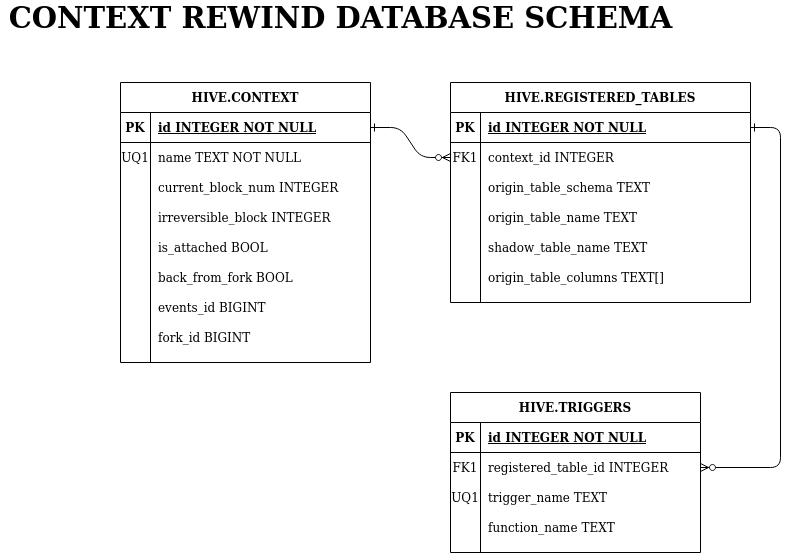
The draw.io diagram src/hive_fork/doc/evq_context_rewind_db.png in openhive-network/HAfAH, before a commit. Source tidied: cells renumbered, new cells last; positions are measured from the earlier drawing's top-left corner, leaving out a move shared by most shapes. Its diagram source:
```xml
<mxGraphModel>
  <root>
    <mxCell id="0" />
    <mxCell id="1" parent="0" />
    <mxCell id="2" style="edgeStyle=entityRelationEdgeStyle;endArrow=ERzeroToMany;startArrow=ERone;endFill=1;startFill=0;" parent="1" edge="1" source="37" target="8">
      <mxGeometry relative="1" as="geometry" />
    </mxCell>
    <mxCell id="3" style="edgeStyle=entityRelationEdgeStyle;endArrow=ERzeroToMany;startArrow=ERone;endFill=1;startFill=0;" parent="1" edge="1" source="5" target="27">
      <mxGeometry relative="1" as="geometry" />
    </mxCell>
    <mxCell id="4" value="HIVE.REGISTERED_TABLES" style="shape=table;startSize=30;rowLines=0;fontStyle=1;align=center;" parent="1" vertex="1">
      <mxGeometry x="450" y="80" width="300" height="220" as="geometry" />
    </mxCell>
    <mxCell id="5" style="shape=partialRectangle;fillColor=none;points=[[0,0.5],[1,0.5]];portConstraint=eastwest;top=0;left=0;right=0;bottom=1;" parent="4" vertex="1">
      <mxGeometry y="30" width="300" height="30" as="geometry" />
    </mxCell>
    <mxCell id="6" value="PK" style="shape=partialRectangle;overflow=hidden;fillColor=none;top=0;left=0;bottom=0;right=0;fontStyle=1;" parent="5" vertex="1">
      <mxGeometry width="30" height="30" as="geometry" />
    </mxCell>
    <mxCell id="7" value="id INTEGER NOT NULL " style="shape=partialRectangle;overflow=hidden;fillColor=none;top=0;left=0;bottom=0;right=0;align=left;spacingLeft=6;fontStyle=5;" parent="5" vertex="1">
      <mxGeometry x="30" width="270" height="30" as="geometry" />
    </mxCell>
    <mxCell id="8" style="shape=partialRectangle;fillColor=none;points=[[0,0.5],[1,0.5]];portConstraint=eastwest;top=0;left=0;right=0;bottom=0;" parent="4" vertex="1">
      <mxGeometry y="60" width="300" height="30" as="geometry" />
    </mxCell>
    <mxCell id="9" value="FK1" style="shape=partialRectangle;overflow=hidden;fillColor=none;top=0;left=0;bottom=0;right=0;" parent="8" vertex="1">
      <mxGeometry width="30" height="30" as="geometry" />
    </mxCell>
    <mxCell id="10" value="context_id INTEGER " style="shape=partialRectangle;overflow=hidden;fillColor=none;top=0;left=0;bottom=0;right=0;align=left;spacingLeft=6;" parent="8" vertex="1">
      <mxGeometry x="30" width="270" height="30" as="geometry" />
    </mxCell>
    <mxCell id="11" style="shape=partialRectangle;fillColor=none;top=0;left=0;right=0;bottom=0;" parent="4" vertex="1">
      <mxGeometry y="90" width="300" height="30" as="geometry" />
    </mxCell>
    <mxCell id="12" style="shape=partialRectangle;overflow=hidden;fillColor=none;top=0;left=0;bottom=0;right=0;" parent="11" vertex="1">
      <mxGeometry width="30" height="30" as="geometry" />
    </mxCell>
    <mxCell id="13" value="origin_table_schema TEXT " style="shape=partialRectangle;overflow=hidden;fillColor=none;top=0;left=0;bottom=0;right=0;align=left;spacingLeft=6;" parent="11" vertex="1">
      <mxGeometry x="30" width="270" height="30" as="geometry" />
    </mxCell>
    <mxCell id="14" style="shape=partialRectangle;fillColor=none;top=0;left=0;right=0;bottom=0;" parent="4" vertex="1">
      <mxGeometry y="120" width="300" height="30" as="geometry" />
    </mxCell>
    <mxCell id="15" style="shape=partialRectangle;overflow=hidden;fillColor=none;top=0;left=0;bottom=0;right=0;" parent="14" vertex="1">
      <mxGeometry width="30" height="30" as="geometry" />
    </mxCell>
    <mxCell id="16" value="origin_table_name TEXT" style="shape=partialRectangle;overflow=hidden;fillColor=none;top=0;left=0;bottom=0;right=0;align=left;spacingLeft=6;" parent="14" vertex="1">
      <mxGeometry x="30" width="270" height="30" as="geometry" />
    </mxCell>
    <mxCell id="17" style="shape=partialRectangle;fillColor=none;top=0;left=0;right=0;bottom=0;" parent="4" vertex="1">
      <mxGeometry y="150" width="300" height="30" as="geometry" />
    </mxCell>
    <mxCell id="18" style="shape=partialRectangle;overflow=hidden;fillColor=none;top=0;left=0;bottom=0;right=0;" parent="17" vertex="1">
      <mxGeometry width="30" height="30" as="geometry" />
    </mxCell>
    <mxCell id="19" value="shadow_table_name TEXT" style="shape=partialRectangle;overflow=hidden;fillColor=none;top=0;left=0;bottom=0;right=0;align=left;spacingLeft=6;" parent="17" vertex="1">
      <mxGeometry x="30" width="270" height="30" as="geometry" />
    </mxCell>
    <mxCell id="20" style="shape=partialRectangle;fillColor=none;top=0;left=0;right=0;bottom=0;" parent="4" vertex="1">
      <mxGeometry y="180" width="300" height="30" as="geometry" />
    </mxCell>
    <mxCell id="21" style="shape=partialRectangle;overflow=hidden;fillColor=none;top=0;left=0;bottom=0;right=0;" parent="20" vertex="1">
      <mxGeometry width="30" height="30" as="geometry" />
    </mxCell>
    <mxCell id="22" value="origin_table_columns TEXT[]" style="shape=partialRectangle;overflow=hidden;fillColor=none;top=0;left=0;bottom=0;right=0;align=left;spacingLeft=6;" parent="20" vertex="1">
      <mxGeometry x="30" width="270" height="30" as="geometry" />
    </mxCell>
    <mxCell id="23" value="HIVE.TRIGGERS" style="shape=table;startSize=30;rowLines=0;fontStyle=1;align=center;" parent="1" vertex="1">
      <mxGeometry x="450" y="390" width="250" height="160" as="geometry" />
    </mxCell>
    <mxCell id="24" style="shape=partialRectangle;fillColor=none;top=0;left=0;right=0;bottom=1;" parent="23" vertex="1">
      <mxGeometry y="30" width="250" height="30" as="geometry" />
    </mxCell>
    <mxCell id="25" value="PK" style="shape=partialRectangle;overflow=hidden;fillColor=none;top=0;left=0;bottom=0;right=0;fontStyle=1;" parent="24" vertex="1">
      <mxGeometry width="30" height="30" as="geometry" />
    </mxCell>
    <mxCell id="26" value="id INTEGER NOT NULL " style="shape=partialRectangle;overflow=hidden;fillColor=none;top=0;left=0;bottom=0;right=0;align=left;spacingLeft=6;fontStyle=5;" parent="24" vertex="1">
      <mxGeometry x="30" width="220" height="30" as="geometry" />
    </mxCell>
    <mxCell id="27" style="shape=partialRectangle;fillColor=none;points=[[0,0.5],[1,0.5]];portConstraint=eastwest;top=0;left=0;right=0;bottom=0;" parent="23" vertex="1">
      <mxGeometry y="60" width="250" height="30" as="geometry" />
    </mxCell>
    <mxCell id="28" value="FK1" style="shape=partialRectangle;overflow=hidden;fillColor=none;top=0;left=0;bottom=0;right=0;" parent="27" vertex="1">
      <mxGeometry width="30" height="30" as="geometry" />
    </mxCell>
    <mxCell id="29" value="registered_table_id INTEGER" style="shape=partialRectangle;overflow=hidden;fillColor=none;top=0;left=0;bottom=0;right=0;align=left;spacingLeft=6;" parent="27" vertex="1">
      <mxGeometry x="30" width="220" height="30" as="geometry" />
    </mxCell>
    <mxCell id="30" style="shape=partialRectangle;fillColor=none;top=0;left=0;right=0;bottom=0;" parent="23" vertex="1">
      <mxGeometry y="90" width="250" height="30" as="geometry" />
    </mxCell>
    <mxCell id="31" value="UQ1" style="shape=partialRectangle;overflow=hidden;fillColor=none;top=0;left=0;bottom=0;right=0;" parent="30" vertex="1">
      <mxGeometry width="30" height="30" as="geometry" />
    </mxCell>
    <mxCell id="32" value="trigger_name TEXT" style="shape=partialRectangle;overflow=hidden;fillColor=none;top=0;left=0;bottom=0;right=0;align=left;spacingLeft=6;" parent="30" vertex="1">
      <mxGeometry x="30" width="220" height="30" as="geometry" />
    </mxCell>
    <mxCell id="33" style="shape=partialRectangle;fillColor=none;top=0;left=0;right=0;bottom=0;" parent="23" vertex="1">
      <mxGeometry y="120" width="250" height="30" as="geometry" />
    </mxCell>
    <mxCell id="34" style="shape=partialRectangle;overflow=hidden;fillColor=none;top=0;left=0;bottom=0;right=0;" parent="33" vertex="1">
      <mxGeometry width="30" height="30" as="geometry" />
    </mxCell>
    <mxCell id="35" value="function_name TEXT" style="shape=partialRectangle;overflow=hidden;fillColor=none;top=0;left=0;bottom=0;right=0;align=left;spacingLeft=6;" parent="33" vertex="1">
      <mxGeometry x="30" width="220" height="30" as="geometry" />
    </mxCell>
    <mxCell id="36" value="HIVE.CONTEXT" style="shape=table;startSize=30;rowLines=0;fontStyle=1;align=center;" parent="1" vertex="1">
      <mxGeometry x="120" y="80" width="250" height="280" as="geometry" />
    </mxCell>
    <mxCell id="37" style="shape=partialRectangle;fillColor=none;points=[[0,0.5],[1,0.5]];portConstraint=eastwest;top=0;left=0;right=0;bottom=1;" parent="36" vertex="1">
      <mxGeometry y="30" width="250" height="30" as="geometry" />
    </mxCell>
    <mxCell id="38" value="PK" style="shape=partialRectangle;overflow=hidden;fillColor=none;top=0;left=0;bottom=0;right=0;fontStyle=1;" parent="37" vertex="1">
      <mxGeometry width="30" height="30" as="geometry" />
    </mxCell>
    <mxCell id="39" value="id INTEGER NOT NULL " style="shape=partialRectangle;overflow=hidden;fillColor=none;top=0;left=0;bottom=0;right=0;align=left;spacingLeft=6;fontStyle=5;" parent="37" vertex="1">
      <mxGeometry x="30" width="220" height="30" as="geometry" />
    </mxCell>
    <mxCell id="40" style="shape=partialRectangle;fillColor=none;top=0;left=0;right=0;bottom=0;" parent="36" vertex="1">
      <mxGeometry y="60" width="250" height="30" as="geometry" />
    </mxCell>
    <mxCell id="41" value="UQ1" style="shape=partialRectangle;overflow=hidden;fillColor=none;top=0;left=0;bottom=0;right=0;" parent="40" vertex="1">
      <mxGeometry width="30" height="30" as="geometry" />
    </mxCell>
    <mxCell id="42" value="name TEXT NOT NULL" style="shape=partialRectangle;overflow=hidden;fillColor=none;top=0;left=0;bottom=0;right=0;align=left;spacingLeft=6;" parent="40" vertex="1">
      <mxGeometry x="30" width="220" height="30" as="geometry" />
    </mxCell>
    <mxCell id="43" style="shape=partialRectangle;fillColor=none;top=0;left=0;right=0;bottom=0;" parent="36" vertex="1">
      <mxGeometry y="90" width="250" height="30" as="geometry" />
    </mxCell>
    <mxCell id="44" style="shape=partialRectangle;overflow=hidden;fillColor=none;top=0;left=0;bottom=0;right=0;" parent="43" vertex="1">
      <mxGeometry width="30" height="30" as="geometry" />
    </mxCell>
    <mxCell id="45" value="current_block_num INTEGER" style="shape=partialRectangle;overflow=hidden;fillColor=none;top=0;left=0;bottom=0;right=0;align=left;spacingLeft=6;" parent="43" vertex="1">
      <mxGeometry x="30" width="220" height="30" as="geometry" />
    </mxCell>
    <mxCell id="46" style="shape=partialRectangle;fillColor=none;top=0;left=0;right=0;bottom=0;" parent="36" vertex="1">
      <mxGeometry y="120" width="250" height="30" as="geometry" />
    </mxCell>
    <mxCell id="47" style="shape=partialRectangle;overflow=hidden;fillColor=none;top=0;left=0;bottom=0;right=0;" parent="46" vertex="1">
      <mxGeometry width="30" height="30" as="geometry" />
    </mxCell>
    <mxCell id="48" value="irreversible_block INTEGER" style="shape=partialRectangle;overflow=hidden;fillColor=none;top=0;left=0;bottom=0;right=0;align=left;spacingLeft=6;" parent="46" vertex="1">
      <mxGeometry x="30" width="220" height="30" as="geometry" />
    </mxCell>
    <mxCell id="49" style="shape=partialRectangle;fillColor=none;top=0;left=0;right=0;bottom=0;" parent="36" vertex="1">
      <mxGeometry y="150" width="250" height="30" as="geometry" />
    </mxCell>
    <mxCell id="50" style="shape=partialRectangle;overflow=hidden;fillColor=none;top=0;left=0;bottom=0;right=0;" parent="49" vertex="1">
      <mxGeometry width="30" height="30" as="geometry" />
    </mxCell>
    <mxCell id="51" value="is_attached BOOL" style="shape=partialRectangle;overflow=hidden;fillColor=none;top=0;left=0;bottom=0;right=0;align=left;spacingLeft=6;" parent="49" vertex="1">
      <mxGeometry x="30" width="220" height="30" as="geometry" />
    </mxCell>
    <mxCell id="52" style="shape=partialRectangle;fillColor=none;top=0;left=0;right=0;bottom=0;" parent="36" vertex="1">
      <mxGeometry y="180" width="250" height="30" as="geometry" />
    </mxCell>
    <mxCell id="53" style="shape=partialRectangle;overflow=hidden;fillColor=none;top=0;left=0;bottom=0;right=0;" parent="52" vertex="1">
      <mxGeometry width="30" height="30" as="geometry" />
    </mxCell>
    <mxCell id="54" value="back_from_fork BOOL" style="shape=partialRectangle;overflow=hidden;fillColor=none;top=0;left=0;bottom=0;right=0;align=left;spacingLeft=6;" parent="52" vertex="1">
      <mxGeometry x="30" width="220" height="30" as="geometry" />
    </mxCell>
    <mxCell id="55" style="shape=partialRectangle;fillColor=none;top=0;left=0;right=0;bottom=0;" parent="36" vertex="1">
      <mxGeometry y="210" width="250" height="30" as="geometry" />
    </mxCell>
    <mxCell id="56" style="shape=partialRectangle;overflow=hidden;fillColor=none;top=0;left=0;bottom=0;right=0;" parent="55" vertex="1">
      <mxGeometry width="30" height="30" as="geometry" />
    </mxCell>
    <mxCell id="57" value="events_id BIGINT" style="shape=partialRectangle;overflow=hidden;fillColor=none;top=0;left=0;bottom=0;right=0;align=left;spacingLeft=6;" parent="55" vertex="1">
      <mxGeometry x="30" width="220" height="30" as="geometry" />
    </mxCell>
    <mxCell id="58" style="shape=partialRectangle;fillColor=none;top=0;left=0;right=0;bottom=0;" parent="36" vertex="1">
      <mxGeometry y="240" width="250" height="30" as="geometry" />
    </mxCell>
    <mxCell id="59" style="shape=partialRectangle;overflow=hidden;fillColor=none;top=0;left=0;bottom=0;right=0;" parent="58" vertex="1">
      <mxGeometry width="30" height="30" as="geometry" />
    </mxCell>
    <mxCell id="60" value="fork_id BIGINT" style="shape=partialRectangle;overflow=hidden;fillColor=none;top=0;left=0;bottom=0;right=0;align=left;spacingLeft=6;" parent="58" vertex="1">
      <mxGeometry x="30" width="220" height="30" as="geometry" />
    </mxCell>
    <mxCell id="61" value="&lt;b&gt;&lt;font style=&quot;font-size: 29px&quot;&gt;CONTEXT REWIND DATABASE SCHEMA&lt;/font&gt;&lt;/b&gt;" style="text;html=1;align=center;verticalAlign=middle;" parent="1" vertex="1">
      <mxGeometry width="680" height="30" as="geometry" />
    </mxCell>
  </root>
</mxGraphModel>
```
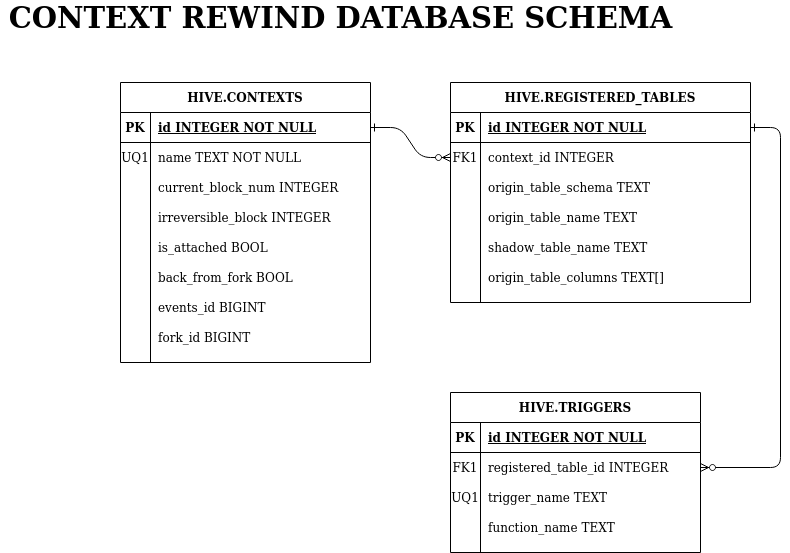
The same file after the commit.

Change to the diagram source:
```diff
@@ -104,7 +104,7 @@
     <mxCell id="35" value="function_name TEXT" style="shape=partialRectangle;overflow=hidden;fillColor=none;top=0;left=0;bottom=0;right=0;align=left;spacingLeft=6;" parent="33" vertex="1">
       <mxGeometry x="30" width="220" height="30" as="geometry" />
     </mxCell>
-    <mxCell id="36" value="HIVE.CONTEXT" style="shape=table;startSize=30;rowLines=0;fontStyle=1;align=center;" parent="1" vertex="1">
+    <mxCell id="36" value="HIVE.CONTEXTS" style="shape=table;startSize=30;rowLines=0;fontStyle=1;align=center;" parent="1" vertex="1">
       <mxGeometry x="120" y="80" width="250" height="280" as="geometry" />
     </mxCell>
     <mxCell id="37" style="shape=partialRectangle;fillColor=none;points=[[0,0.5],[1,0.5]];portConstraint=eastwest;top=0;left=0;right=0;bottom=1;" parent="36" vertex="1">
```
